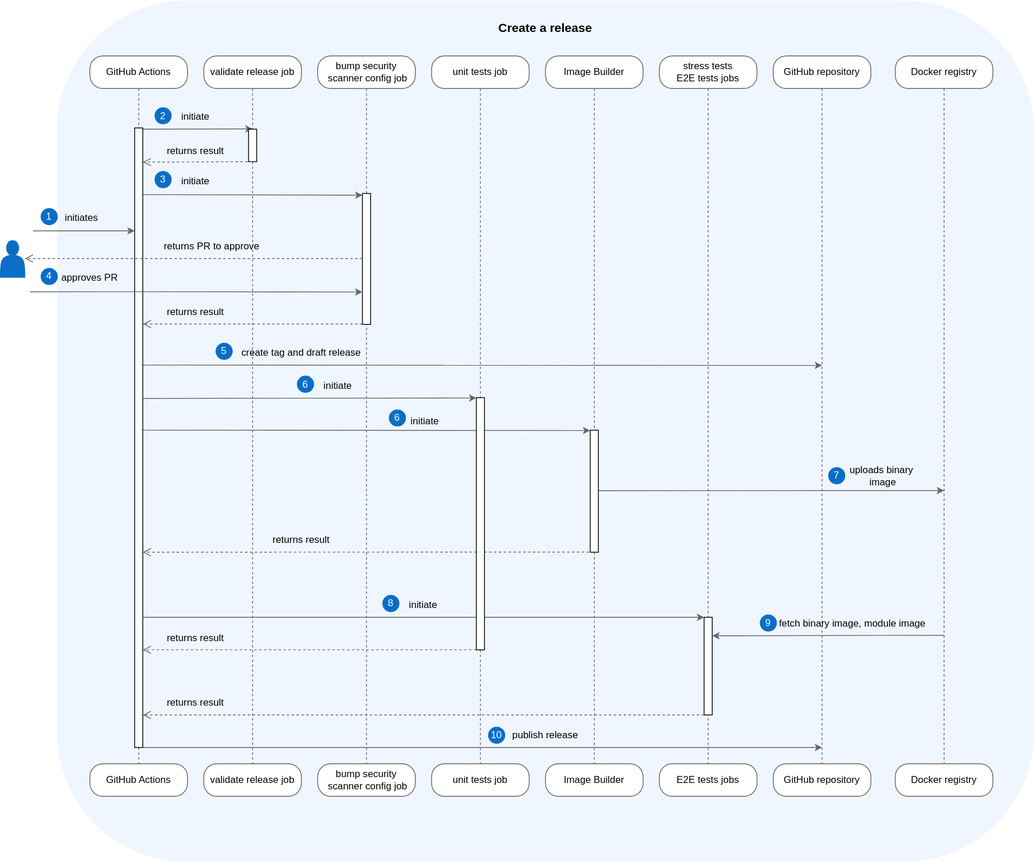
Above: docs/assets/release.drawio.svg in kyma-project/btp-manager (draw.io), before the change. Source tidied: cells renumbered, new cells last; positions are measured from the earlier drawing's top-left corner, leaving out a move shared by most shapes.
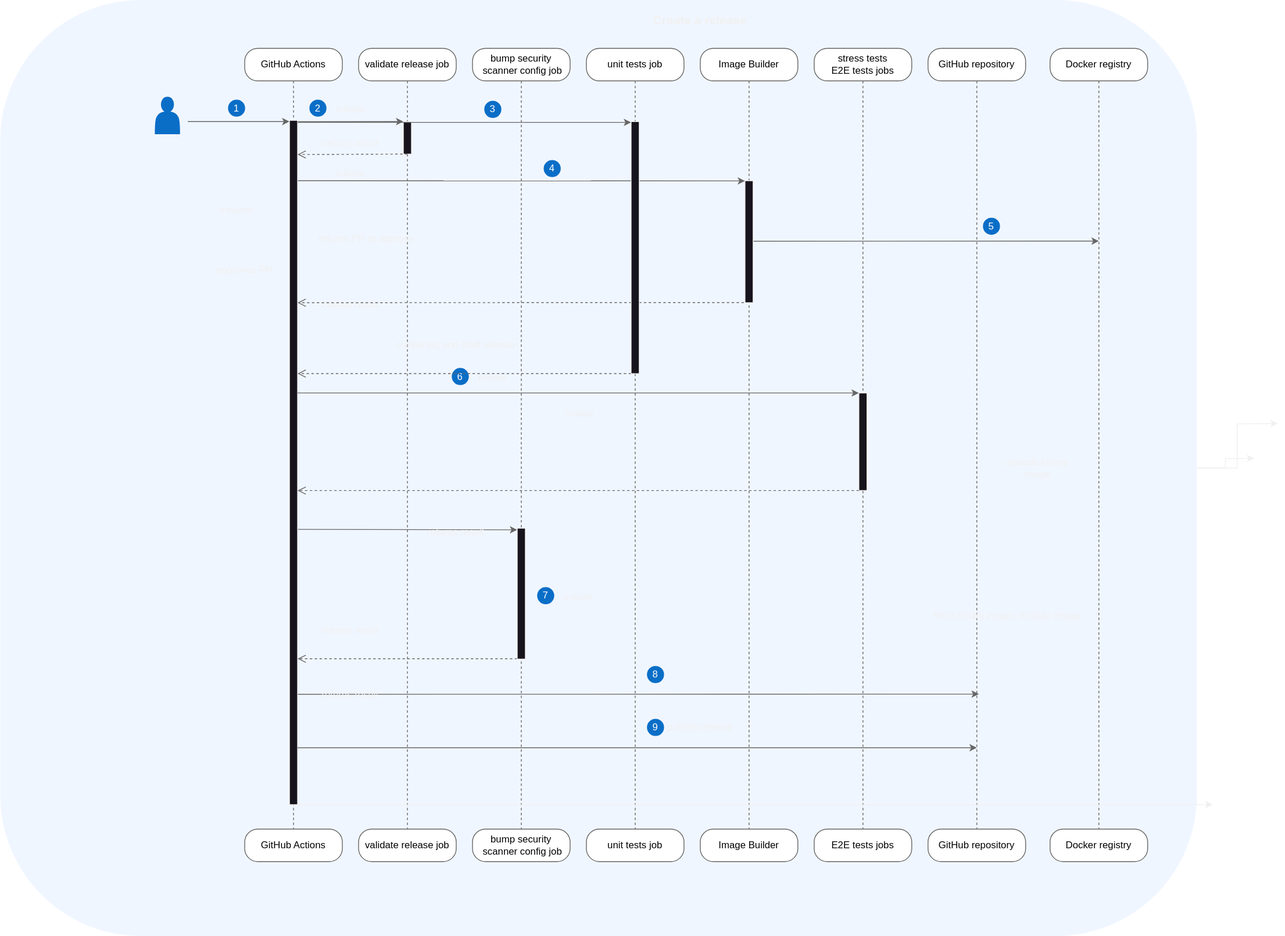
After the change.

Change to the diagram source:
```diff
@@ -4,4 +4,14 @@
     <mxCell id="1" parent="0" />
+    <mxCell id="80" style="edgeStyle=orthogonalEdgeStyle;rounded=0;jettySize=auto;html=1;" parent="1" edge="1" source="2">
+      <mxGeometry relative="1" as="geometry">
+        <mxPoint x="1380" y="529.2" as="targetPoint" />
+      </mxGeometry>
+    </mxCell>
+    <mxCell id="81" style="edgeStyle=orthogonalEdgeStyle;rounded=0;jettySize=auto;html=1;exitX=1;exitY=0.5;exitDx=0;exitDy=0;" parent="1" edge="1" source="2">
+      <mxGeometry relative="1" as="geometry">
+        <mxPoint x="1351" y="572" as="targetPoint" />
+      </mxGeometry>
+    </mxCell>
     <mxCell id="2" style="rounded=1;whiteSpace=wrap;html=1;fillColor=#f0f6ff;strokeColor=#f0f6ff;verticalAlign=bottom;" parent="1" vertex="1">
-      <mxGeometry x="70" y="0.5" width="1200" height="1057.5" as="geometry" />
+      <mxGeometry x="-190" y="9" width="1470" height="1150" as="geometry" />
     </mxCell>
@@ -10,4 +20,9 @@
     </mxCell>
+    <mxCell id="82" style="edgeStyle=orthogonalEdgeStyle;rounded=0;jettySize=auto;html=1;exitX=0.9;exitY=0.5;exitDx=0;exitDy=0;exitPerimeter=0;" parent="1" edge="1" source="4">
+      <mxGeometry relative="1" as="geometry">
+        <mxPoint x="27" y="178" as="targetPoint" />
+      </mxGeometry>
+    </mxCell>
     <mxCell id="4" style="shape=actor;whiteSpace=wrap;html=1;fillColor=#0a6ec7;strokeColor=#0a6ec7;" parent="1" vertex="1">
-      <mxGeometry y="295" width="30" height="45" as="geometry" />
+      <mxGeometry y="128" width="30" height="45" as="geometry" />
     </mxCell>
@@ -17,3 +32,3 @@
     <mxCell id="6" value="GitHub Actions" style="rounded=1;whiteSpace=wrap;html=1;arcSize=40;fontColor=#000000;fillColor=#FFFFFF;strokeColor=#666666;" parent="1" vertex="1">
-      <mxGeometry x="110" y="938" width="120" height="40" as="geometry" />
+      <mxGeometry x="110" y="1028" width="120" height="40" as="geometry" />
     </mxCell>
@@ -23,3 +38,3 @@
     <mxCell id="8" value="unit tests job" style="rounded=1;whiteSpace=wrap;html=1;arcSize=40;fontColor=#000000;fillColor=#FFFFFF;strokeColor=#666666;" parent="1" vertex="1">
-      <mxGeometry x="530" y="938" width="120" height="40" as="geometry" />
+      <mxGeometry x="530" y="1028" width="120" height="40" as="geometry" />
     </mxCell>
@@ -29,3 +44,3 @@
     <mxCell id="10" value="E2E tests jobs" style="rounded=1;whiteSpace=wrap;html=1;arcSize=40;fontColor=#000000;fillColor=#FFFFFF;strokeColor=#666666;" parent="1" vertex="1">
-      <mxGeometry x="810" y="938" width="120" height="40" as="geometry" />
+      <mxGeometry x="810" y="1028" width="120" height="40" as="geometry" />
     </mxCell>
@@ -38,3 +53,3 @@
     <mxCell id="13" value="GitHub repository" style="rounded=1;whiteSpace=wrap;html=1;arcSize=40;fontColor=#000000;fillColor=#FFFFFF;strokeColor=#666666;" parent="1" vertex="1">
-      <mxGeometry x="950" y="938" width="120" height="40" as="geometry" />
+      <mxGeometry x="950" y="1028" width="120" height="40" as="geometry" />
     </mxCell>
@@ -47,3 +62,3 @@
     <mxCell id="16" value="Image Builder" style="rounded=1;whiteSpace=wrap;html=1;arcSize=40;fontColor=#000000;fillColor=#FFFFFF;strokeColor=#666666;" parent="1" vertex="1">
-      <mxGeometry x="670" y="938" width="120" height="40" as="geometry" />
+      <mxGeometry x="670" y="1028" width="120" height="40" as="geometry" />
     </mxCell>
@@ -53,3 +68,3 @@
     <mxCell id="18" value="Docker registry" style="rounded=1;whiteSpace=wrap;html=1;arcSize=40;fontColor=#000000;fillColor=#FFFFFF;strokeColor=#666666;" parent="1" vertex="1">
-      <mxGeometry x="1100" y="938" width="120" height="40" as="geometry" />
+      <mxGeometry x="1100" y="1028" width="120" height="40" as="geometry" />
     </mxCell>
@@ -62,4 +77,4 @@
       <mxGeometry relative="1" as="geometry">
-        <mxPoint x="165" y="448" as="sourcePoint" />
-        <mxPoint x="1010" y="448" as="targetPoint" />
+        <mxPoint x="167.5" y="862.3" as="sourcePoint" />
+        <mxPoint x="1012.5" y="862.3" as="targetPoint" />
       </mxGeometry>
@@ -68,6 +83,5 @@
       <mxGeometry relative="1" as="geometry">
-        <mxPoint x="40" y="283" as="sourcePoint" />
+        <mxPoint x="40" y="158" as="sourcePoint" />
         <Array as="points">
-          <mxPoint x="130" y="283" />
-          <mxPoint x="130" y="283" />
+          <mxPoint x="40" y="158" />
         </Array>
@@ -80,4 +94,4 @@
       <mxGeometry relative="1" as="geometry">
-        <mxPoint x="735" y="602.4" as="sourcePoint" />
-        <mxPoint x="1160" y="602" as="targetPoint" />
+        <mxPoint x="735" y="305.1" as="sourcePoint" />
+        <mxPoint x="1160" y="304.8" as="targetPoint" />
       </mxGeometry>
@@ -85,3 +99,3 @@
     <mxCell id="24" style="html=1;perimeter=orthogonalPerimeter;targetShapes=umlLifeline;newEdgeStyle={&quot;edgeStyle&quot;:&quot;elbowEdgeStyle&quot;,&quot;elbow&quot;:&quot;vertical&quot;,&quot;curved&quot;:0,&quot;rounded&quot;:0};" parent="1" vertex="1">
-      <mxGeometry x="725" y="528" width="10" height="150" as="geometry" />
+      <mxGeometry x="725" y="230.8" width="10" height="150" as="geometry" />
     </mxCell>
@@ -89,4 +103,4 @@
       <mxGeometry relative="1" as="geometry">
-        <mxPoint x="175" y="528" as="sourcePoint" />
-        <mxPoint x="725" y="528" as="targetPoint" />
+        <mxPoint x="175" y="230.8" as="sourcePoint" />
+        <mxPoint x="725" y="230.8" as="targetPoint" />
       </mxGeometry>
@@ -96,15 +110,13 @@
     </mxCell>
-    <mxCell id="27" style="edgeStyle=elbowEdgeStyle;rounded=1;jettySize=auto;html=1;elbow=vertical;strokeColor=#666666;exitX=0.979;exitY=0.97;exitDx=0;exitDy=0;exitPerimeter=0;" parent="1" edge="1" source="31" target="66">
-      <mxGeometry relative="1" as="geometry" />
-    </mxCell>
     <mxCell id="28" style="edgeStyle=elbowEdgeStyle;rounded=1;jettySize=auto;html=1;elbow=vertical;strokeColor=#666666;" parent="1" edge="1" target="49">
       <mxGeometry relative="1" as="geometry">
-        <mxPoint x="175" y="238.5" as="sourcePoint" />
+        <mxPoint x="175" y="659.5" as="sourcePoint" />
       </mxGeometry>
     </mxCell>
-    <mxCell id="29" style="html=1;verticalAlign=bottom;endArrow=open;endSize=8;edgeStyle=elbowEdgeStyle;elbow=vertical;rounded=1;dashed=1;strokeColor=#666666;" parent="1" edge="1" source="49" target="43">
+    <mxCell id="29" style="html=1;verticalAlign=bottom;endArrow=open;endSize=8;edgeStyle=elbowEdgeStyle;elbow=vertical;rounded=1;dashed=1;strokeColor=#666666;" parent="1" edge="1" source="49">
       <mxGeometry relative="1" as="geometry">
+        <mxPoint x="175" y="818.6" as="targetPoint" />
         <Array as="points">
-          <mxPoint x="262.5" y="397.6" />
-          <mxPoint x="365.5" y="397.6" />
+          <mxPoint x="262.5" y="818.6" />
+          <mxPoint x="365.5" y="818.6" />
         </Array>
@@ -121,5 +133,2 @@
     </mxCell>
-    <mxCell id="33" value="&lt;font color=&quot;#ffffff&quot;&gt;9&lt;/font&gt;" style="ellipse;whiteSpace=wrap;html=1;fillColor=#0a6ec7;strokeColor=#0a6ec7;" parent="1" vertex="1">
-      <mxGeometry x="934" y="755" width="20" height="20" as="geometry" />
-    </mxCell>
     <mxCell id="34" value="initiate" style="text;html=1;strokeColor=none;fillColor=none;align=center;verticalAlign=middle;whiteSpace=wrap;rounded=0;" parent="1" vertex="1">
@@ -128,9 +137,9 @@
     <mxCell id="35" value="&lt;font color=&quot;#ffffff&quot;&gt;3&lt;/font&gt;" style="ellipse;whiteSpace=wrap;html=1;fillColor=#0a6ec7;strokeColor=#0a6ec7;" parent="1" vertex="1">
-      <mxGeometry x="190" y="210" width="20" height="20" as="geometry" />
+      <mxGeometry x="405" y="133" width="20" height="20" as="geometry" />
     </mxCell>
-    <mxCell id="36" value="&lt;font color=&quot;#ffffff&quot;&gt;6&lt;/font&gt;" style="ellipse;whiteSpace=wrap;html=1;fillColor=#0a6ec7;strokeColor=#0a6ec7;" parent="1" vertex="1">
-      <mxGeometry x="478" y="503" width="20" height="20" as="geometry" />
+    <mxCell id="36" value="&lt;font color=&quot;#ffffff&quot;&gt;4&lt;/font&gt;" style="ellipse;whiteSpace=wrap;html=1;fillColor=#0a6ec7;strokeColor=#0a6ec7;" parent="1" vertex="1">
+      <mxGeometry x="478" y="205.8" width="20" height="20" as="geometry" />
     </mxCell>
-    <mxCell id="37" value="&lt;font color=&quot;#ffffff&quot;&gt;7&lt;/font&gt;" style="ellipse;whiteSpace=wrap;html=1;fillColor=#0a6ec7;strokeColor=#0a6ec7;" parent="1" vertex="1">
-      <mxGeometry x="1018" y="574" width="20" height="20" as="geometry" />
+    <mxCell id="37" value="&lt;font color=&quot;#ffffff&quot;&gt;5&lt;/font&gt;" style="ellipse;whiteSpace=wrap;html=1;fillColor=#0a6ec7;strokeColor=#0a6ec7;" parent="1" vertex="1">
+      <mxGeometry x="1018" y="276.8" width="20" height="20" as="geometry" />
     </mxCell>
@@ -152,3 +161,3 @@
     <mxCell id="43" style="html=1;points=[];perimeter=orthogonalPerimeter;outlineConnect=0;targetShapes=umlLifeline;portConstraint=eastwest;newEdgeStyle={&quot;edgeStyle&quot;:&quot;elbowEdgeStyle&quot;,&quot;elbow&quot;:&quot;vertical&quot;,&quot;curved&quot;:0,&quot;rounded&quot;:0};" parent="1" vertex="1">
-      <mxGeometry x="165" y="156.5" width="10" height="761.5" as="geometry" />
+      <mxGeometry x="165" y="156.5" width="10" height="841.5" as="geometry" />
     </mxCell>
@@ -175,12 +184,4 @@
     <mxCell id="49" style="html=1;points=[];perimeter=orthogonalPerimeter;outlineConnect=0;targetShapes=umlLifeline;portConstraint=eastwest;newEdgeStyle={&quot;edgeStyle&quot;:&quot;elbowEdgeStyle&quot;,&quot;elbow&quot;:&quot;vertical&quot;,&quot;curved&quot;:0,&quot;rounded&quot;:0};" parent="1" vertex="1">
-      <mxGeometry x="445" y="237" width="10" height="161" as="geometry" />
+      <mxGeometry x="445" y="658" width="10" height="161" as="geometry" />
     </mxCell>
-    <mxCell id="50" style="html=1;verticalAlign=bottom;endArrow=open;endSize=8;edgeStyle=elbowEdgeStyle;elbow=vertical;rounded=1;dashed=1;strokeColor=#666666;" parent="1" edge="1" target="4">
-      <mxGeometry relative="1" as="geometry">
-        <mxPoint x="445" y="317" as="sourcePoint" />
-        <Array as="points">
-          <mxPoint x="30" y="317" />
-        </Array>
-      </mxGeometry>
-    </mxCell>
     <mxCell id="51" value="returns PR to approve" style="text;html=1;strokeColor=none;fillColor=none;align=center;verticalAlign=middle;whiteSpace=wrap;rounded=0;" parent="1" vertex="1">
@@ -188,11 +189,2 @@
     </mxCell>
-    <mxCell id="52" style="edgeStyle=orthogonalEdgeStyle;rounded=1;orthogonalLoop=1;jettySize=auto;html=1;strokeColor=#666666;exitX=1.023;exitY=0.913;exitDx=0;exitDy=0;exitPerimeter=0;" parent="1" edge="1">
-      <mxGeometry relative="1" as="geometry">
-        <mxPoint x="36.4" y="357.8" as="sourcePoint" />
-        <mxPoint x="445" y="358.2" as="targetPoint" />
-        <Array as="points">
-          <mxPoint x="135" y="358.2" />
-        </Array>
-      </mxGeometry>
-    </mxCell>
     <mxCell id="53" value="initiates" style="text;html=1;strokeColor=none;fillColor=none;align=center;verticalAlign=middle;whiteSpace=wrap;rounded=0;" parent="1" vertex="1">
@@ -201,3 +193,3 @@
     <mxCell id="54" value="&lt;font color=&quot;#ffffff&quot;&gt;1&lt;/font&gt;" style="ellipse;whiteSpace=wrap;html=1;fillColor=#0a6ec7;strokeColor=#0a6ec7;" parent="1" vertex="1">
-      <mxGeometry x="50" y="255.5" width="20" height="20" as="geometry" />
+      <mxGeometry x="90" y="131.5" width="20" height="20" as="geometry" />
     </mxCell>
@@ -206,5 +198,2 @@
     </mxCell>
-    <mxCell id="56" value="&lt;font color=&quot;#ffffff&quot;&gt;4&lt;/font&gt;" style="ellipse;whiteSpace=wrap;html=1;fillColor=#0a6ec7;strokeColor=#0a6ec7;" parent="1" vertex="1">
-      <mxGeometry x="50" y="329.1" width="20" height="20" as="geometry" />
-    </mxCell>
     <mxCell id="57" value="returns result" style="text;html=1;strokeColor=none;fillColor=none;align=center;verticalAlign=middle;whiteSpace=wrap;rounded=0;" parent="1" vertex="1">
@@ -215,9 +204,6 @@
     </mxCell>
-    <mxCell id="59" value="&lt;font color=&quot;#ffffff&quot;&gt;5&lt;/font&gt;" style="ellipse;whiteSpace=wrap;html=1;fillColor=#0a6ec7;strokeColor=#0a6ec7;" parent="1" vertex="1">
-      <mxGeometry x="265" y="421" width="20" height="20" as="geometry" />
-    </mxCell>
     <mxCell id="60" style="edgeStyle=elbowEdgeStyle;rounded=1;orthogonalLoop=1;jettySize=auto;html=1;elbow=vertical;strokeColor=#666666;" parent="1" edge="1">
       <mxGeometry relative="1" as="geometry">
-        <mxPoint x="175" y="489" as="sourcePoint" />
-        <mxPoint x="585" y="488.8" as="targetPoint" />
+        <mxPoint x="175" y="159" as="sourcePoint" />
+        <mxPoint x="585" y="158.8" as="targetPoint" />
       </mxGeometry>
@@ -232,7 +218,7 @@
       <mxGeometry relative="1" as="geometry">
-        <mxPoint x="585" y="797.9" as="sourcePoint" />
-        <mxPoint x="175" y="797.9" as="targetPoint" />
+        <mxPoint x="585" y="467.9" as="sourcePoint" />
+        <mxPoint x="175" y="467.9" as="targetPoint" />
         <Array as="points">
-          <mxPoint x="487.5" y="797.9" />
-          <mxPoint x="590.5" y="797.9" />
+          <mxPoint x="487.5" y="467.9" />
+          <mxPoint x="590.5" y="467.9" />
         </Array>
@@ -247,3 +233,3 @@
     <mxCell id="66" style="html=1;points=[];perimeter=orthogonalPerimeter;outlineConnect=0;targetShapes=umlLifeline;portConstraint=eastwest;newEdgeStyle={&quot;edgeStyle&quot;:&quot;elbowEdgeStyle&quot;,&quot;elbow&quot;:&quot;vertical&quot;,&quot;curved&quot;:0,&quot;rounded&quot;:0};" parent="1" vertex="1">
-      <mxGeometry x="865" y="758" width="10" height="120" as="geometry" />
+      <mxGeometry x="865" y="491.8" width="10" height="120" as="geometry" />
     </mxCell>
@@ -251,5 +237,5 @@
       <mxGeometry relative="1" as="geometry">
-        <mxPoint x="175" y="758" as="sourcePoint" />
+        <mxPoint x="175" y="491.8" as="sourcePoint" />
         <Array as="points">
-          <mxPoint x="270" y="758" />
+          <mxPoint x="270" y="491.8" />
         </Array>
@@ -260,10 +246,11 @@
     </mxCell>
-    <mxCell id="69" value="&lt;font color=&quot;#ffffff&quot;&gt;8&lt;/font&gt;" style="ellipse;whiteSpace=wrap;html=1;fillColor=#0a6ec7;strokeColor=#0a6ec7;" parent="1" vertex="1">
+    <mxCell id="69" value="&lt;font color=&quot;#ffffff&quot;&gt;7&lt;/font&gt;" style="ellipse;whiteSpace=wrap;html=1;fillColor=#0a6ec7;strokeColor=#0a6ec7;" parent="1" vertex="1">
       <mxGeometry x="470" y="731" width="20" height="20" as="geometry" />
     </mxCell>
-    <mxCell id="70" style="html=1;verticalAlign=bottom;endArrow=open;endSize=8;edgeStyle=elbowEdgeStyle;elbow=vertical;rounded=1;dashed=1;strokeColor=#666666;" parent="1" edge="1" source="66" target="43">
+    <mxCell id="70" style="html=1;verticalAlign=bottom;endArrow=open;endSize=8;edgeStyle=elbowEdgeStyle;elbow=vertical;rounded=1;dashed=1;strokeColor=#666666;" parent="1" edge="1" source="66">
       <mxGeometry relative="1" as="geometry">
+        <mxPoint x="175" y="611.8" as="targetPoint" />
         <Array as="points">
-          <mxPoint x="475" y="878" />
-          <mxPoint x="570.5" y="877.9" />
+          <mxPoint x="475" y="611.8" />
+          <mxPoint x="570.5" y="611.7" />
         </Array>
@@ -274,7 +261,8 @@
     </mxCell>
-    <mxCell id="72" style="edgeStyle=elbowEdgeStyle;rounded=1;jettySize=auto;html=1;elbow=vertical;strokeColor=#666666;" parent="1" edge="1" source="43">
+    <mxCell id="72" style="edgeStyle=elbowEdgeStyle;rounded=1;orthogonalLoop=1;jettySize=auto;html=1;elbow=vertical;strokeColor=#666666;" parent="1" edge="1">
       <mxGeometry relative="1" as="geometry">
-        <mxPoint x="1010" y="918" as="targetPoint" />
+        <mxPoint x="175" y="928" as="sourcePoint" />
+        <mxPoint x="1010" y="928" as="targetPoint" />
         <Array as="points">
-          <mxPoint x="280" y="918" />
+          <mxPoint x="280" y="928" />
         </Array>
@@ -285,10 +273,10 @@
     </mxCell>
-    <mxCell id="74" value="&lt;font color=&quot;#ffffff&quot;&gt;10&lt;/font&gt;" style="ellipse;whiteSpace=wrap;html=1;fillColor=#0a6ec7;strokeColor=#0a6ec7;" parent="1" vertex="1">
-      <mxGeometry x="600" y="893" width="20" height="20" as="geometry" />
+    <mxCell id="74" value="&lt;font color=&quot;#ffffff&quot;&gt;8&lt;/font&gt;" style="ellipse;whiteSpace=wrap;html=1;fillColor=#0a6ec7;strokeColor=#0a6ec7;" parent="1" vertex="1">
+      <mxGeometry x="605" y="828" width="20" height="20" as="geometry" />
     </mxCell>
     <mxCell id="75" value="bump&amp;nbsp;security&lt;br&gt;&amp;nbsp;scanner config job" style="rounded=1;whiteSpace=wrap;html=1;arcSize=40;fontColor=#000000;fillColor=#FFFFFF;strokeColor=#666666;" parent="1" vertex="1">
-      <mxGeometry x="390" y="938" width="120" height="40" as="geometry" />
+      <mxGeometry x="390" y="1028" width="120" height="40" as="geometry" />
     </mxCell>
     <mxCell id="76" value="validate release job" style="rounded=1;whiteSpace=wrap;html=1;arcSize=40;fontColor=#000000;fillColor=#FFFFFF;strokeColor=#666666;" parent="1" vertex="1">
-      <mxGeometry x="250" y="938" width="120" height="40" as="geometry" />
+      <mxGeometry x="250" y="1028" width="120" height="40" as="geometry" />
     </mxCell>
@@ -296,6 +284,6 @@
       <mxGeometry relative="1" as="geometry">
-        <mxPoint x="723.6" y="677.8" as="sourcePoint" />
-        <mxPoint x="175" y="678" as="targetPoint" />
+        <mxPoint x="723.6" y="380.5" as="sourcePoint" />
+        <mxPoint x="175" y="380.8" as="targetPoint" />
         <Array as="points">
-          <mxPoint x="590.5" y="678" />
+          <mxPoint x="590.5" y="380.8" />
         </Array>
@@ -307,4 +295,12 @@
     <mxCell id="79" style="html=1;perimeter=orthogonalPerimeter;targetShapes=umlLifeline;newEdgeStyle={&quot;edgeStyle&quot;:&quot;elbowEdgeStyle&quot;,&quot;elbow&quot;:&quot;vertical&quot;,&quot;curved&quot;:0,&quot;rounded&quot;:0};" parent="1" vertex="1">
-      <mxGeometry x="585" y="488" width="10" height="310" as="geometry" />
+      <mxGeometry x="585" y="158" width="10" height="310" as="geometry" />
     </mxCell>
+    <mxCell id="83" style="endArrow=classic;html=1;rounded=0;" parent="1" edge="1" source="43">
+      <mxGeometry relative="1" as="geometry">
+        <mxPoint x="1300" y="998" as="targetPoint" />
+      </mxGeometry>
+    </mxCell>
+    <mxCell id="33" value="&lt;font color=&quot;#ffffff&quot;&gt;9&lt;/font&gt;" style="ellipse;whiteSpace=wrap;html=1;fillColor=#0a6ec7;strokeColor=#0a6ec7;" parent="1" vertex="1">
+      <mxGeometry x="605" y="893" width="20" height="20" as="geometry" />
+    </mxCell>
   </root>
```
